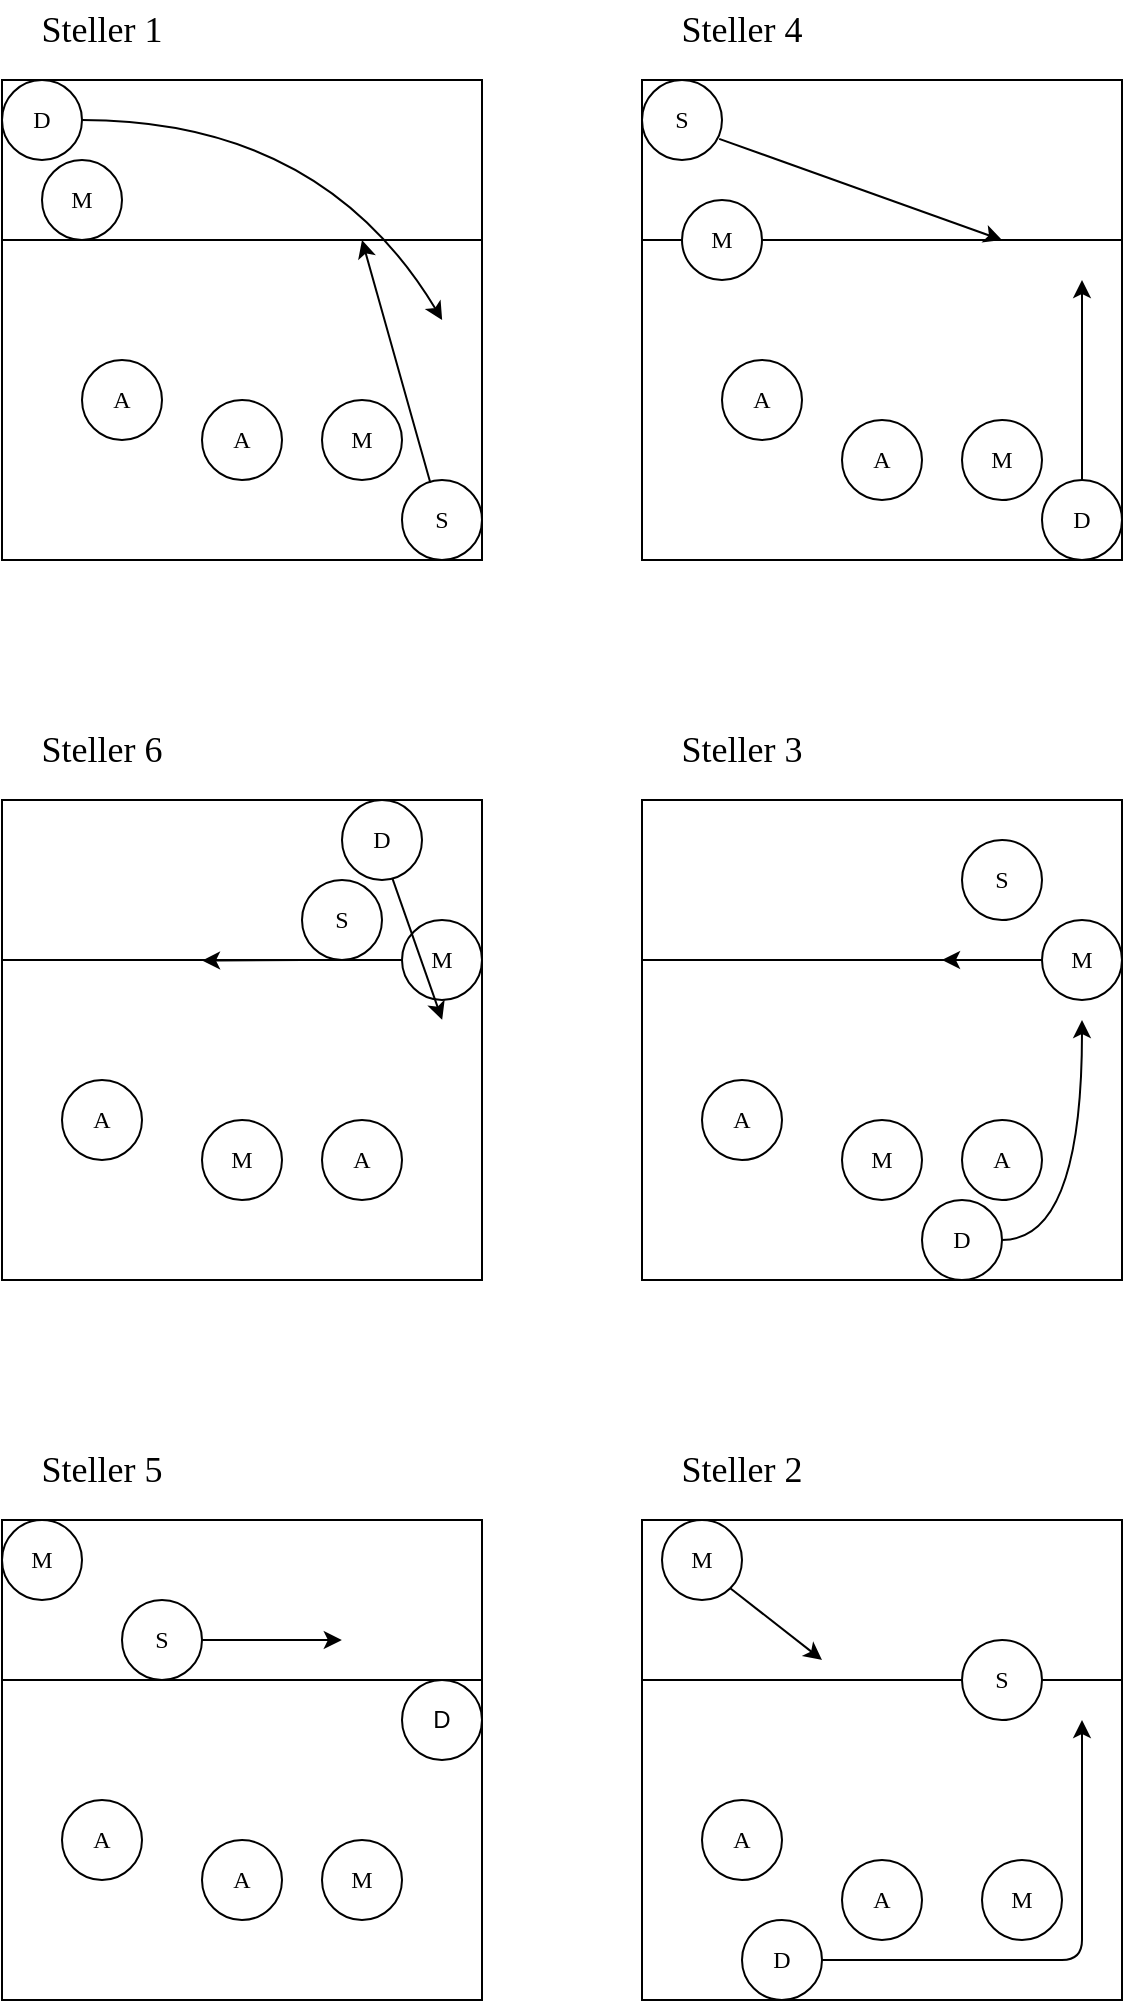
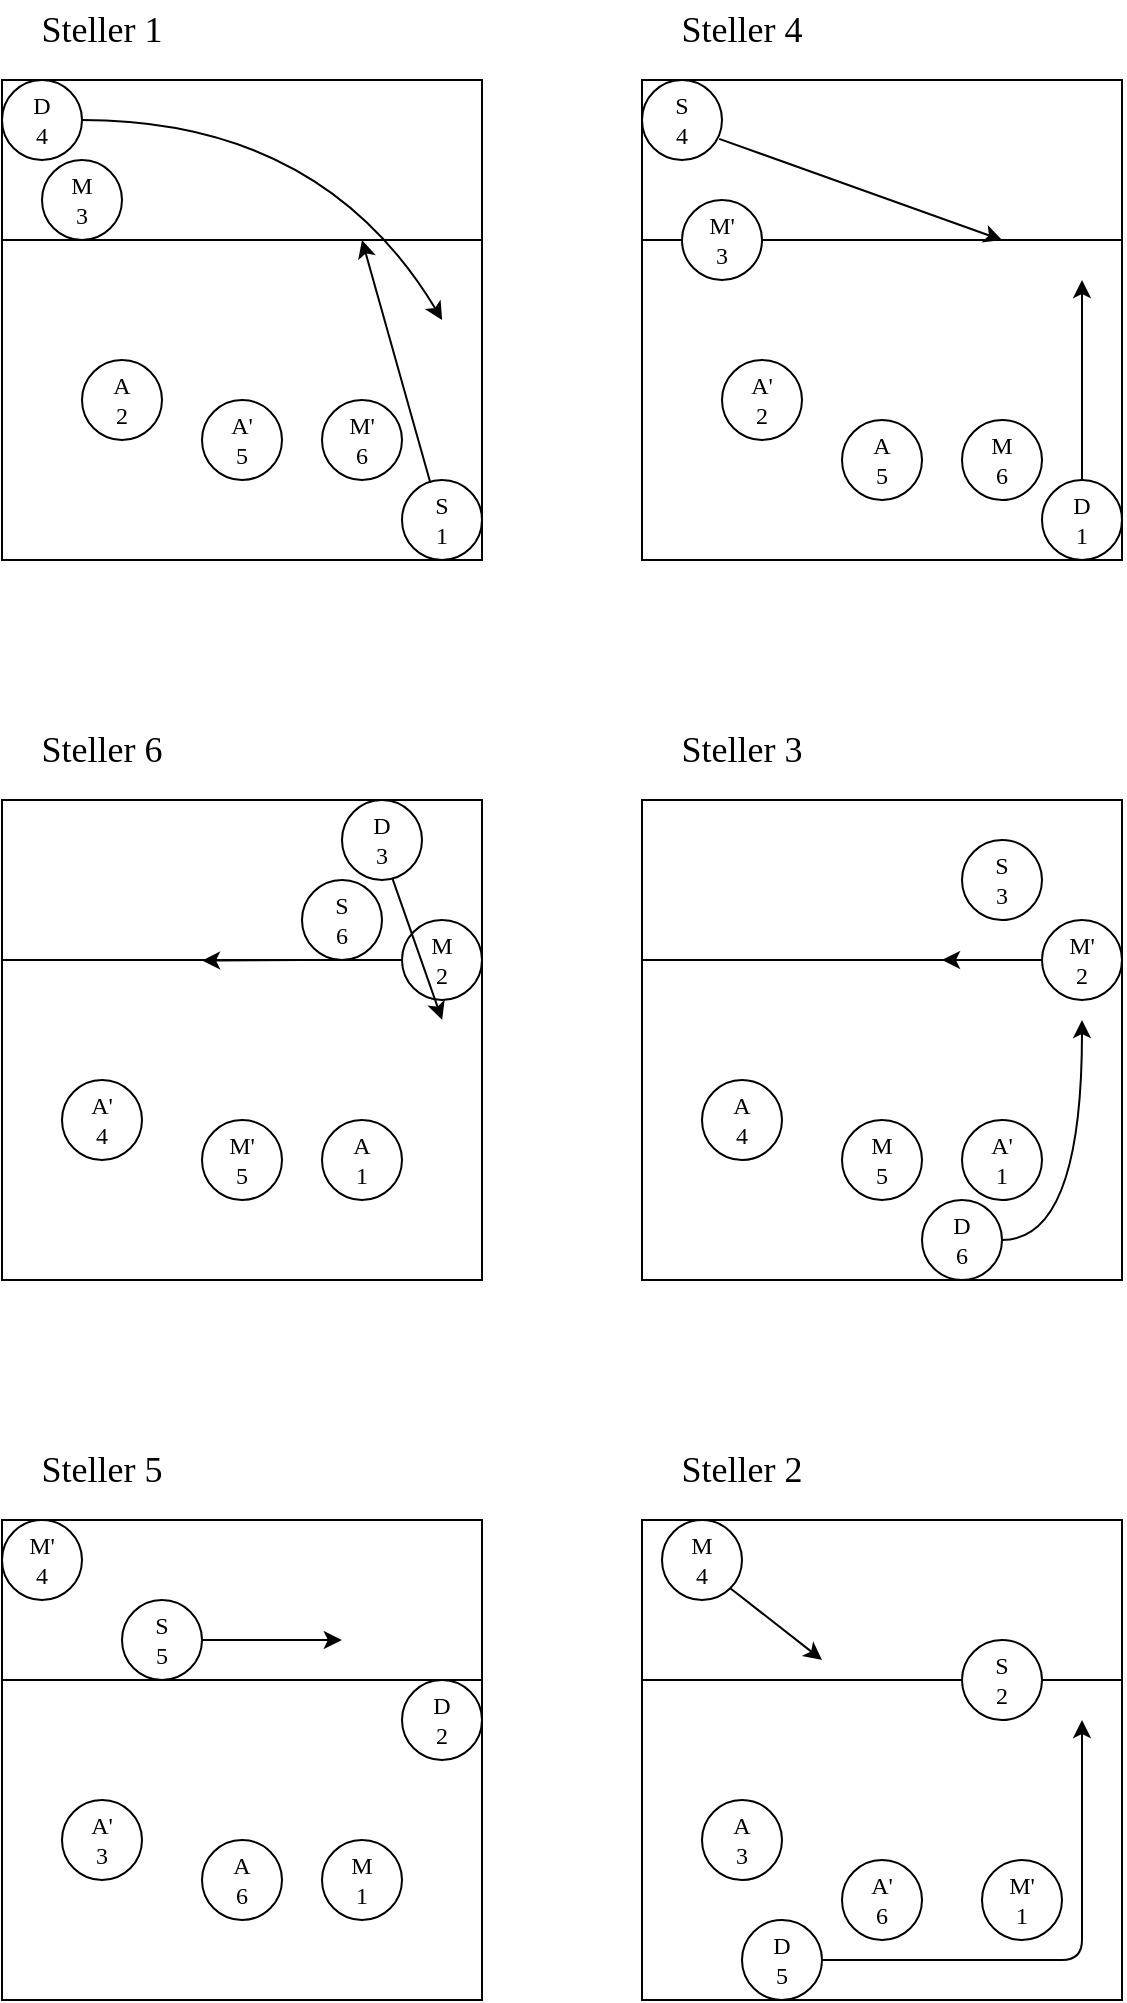
<mxfile host="app.diagrams.net">
  <diagram name="Page-1" id="OZOCQDVCYjE2PKczYgdL">
    <mxGraphModel dx="1414" dy="769" grid="1" gridSize="10" guides="1" tooltips="1" connect="1" arrows="1" fold="1" page="1" pageScale="1" pageWidth="827" pageHeight="1169" math="0" shadow="0">
      <root>
        <mxCell id="0" />
        <mxCell id="1" parent="0" />
        <mxCell id="zb2oqQAUZKD-O9AmmNM2-22" connectable="0" parent="1" style="group" value="" vertex="1">
          <mxGeometry height="280" width="240" x="120" y="80" as="geometry" />
        </mxCell>
        <mxCell id="zb2oqQAUZKD-O9AmmNM2-3" connectable="0" parent="zb2oqQAUZKD-O9AmmNM2-22" style="group" value="" vertex="1">
          <mxGeometry height="240" width="240" y="40" as="geometry" />
        </mxCell>
        <mxCell id="zb2oqQAUZKD-O9AmmNM2-1" parent="zb2oqQAUZKD-O9AmmNM2-3" style="rounded=0;whiteSpace=wrap;html=1;" value="" vertex="1">
          <mxGeometry height="240" width="240" as="geometry" />
        </mxCell>
        <mxCell id="zb2oqQAUZKD-O9AmmNM2-2" edge="1" parent="zb2oqQAUZKD-O9AmmNM2-3" style="endArrow=none;html=1;rounded=0;" value="">
          <mxGeometry height="50" relative="1" width="50" as="geometry">
            <mxPoint y="80" as="sourcePoint" />
            <mxPoint x="240" y="80" as="targetPoint" />
          </mxGeometry>
        </mxCell>
-         <mxCell id="zb2oqQAUZKD-O9AmmNM2-33" parent="zb2oqQAUZKD-O9AmmNM2-3" style="ellipse;whiteSpace=wrap;html=1;aspect=fixed;" value="&lt;font face=&quot;Fira Code&quot;&gt;S&lt;/font&gt;" vertex="1">
+         <mxCell id="zb2oqQAUZKD-O9AmmNM2-33" parent="zb2oqQAUZKD-O9AmmNM2-3" style="ellipse;whiteSpace=wrap;html=1;aspect=fixed;" value="&lt;font face=&quot;Fira Code&quot;&gt;S&lt;br&gt;1&lt;/font&gt;" vertex="1">
          <mxGeometry height="40" width="40" x="200" y="200" as="geometry" />
        </mxCell>
        <mxCell id="AQSm3BmQBUWCDuCb71Ed-35" edge="1" parent="zb2oqQAUZKD-O9AmmNM2-3" source="zb2oqQAUZKD-O9AmmNM2-34" style="rounded=0;orthogonalLoop=1;jettySize=auto;html=1;exitX=1;exitY=0.5;exitDx=0;exitDy=0;entryX=0.917;entryY=0.5;entryDx=0;entryDy=0;entryPerimeter=0;strokeColor=light-dark(#000000,#97D077);curved=1;" target="zb2oqQAUZKD-O9AmmNM2-1">
          <mxGeometry relative="1" as="geometry">
            <Array as="points">
              <mxPoint x="160" y="20" />
            </Array>
            <mxPoint x="220" y="80" as="targetPoint" />
          </mxGeometry>
        </mxCell>
-         <mxCell id="zb2oqQAUZKD-O9AmmNM2-34" parent="zb2oqQAUZKD-O9AmmNM2-3" style="ellipse;whiteSpace=wrap;html=1;aspect=fixed;" value="&lt;font face=&quot;Fira Code&quot;&gt;D&lt;/font&gt;" vertex="1">
+         <mxCell id="zb2oqQAUZKD-O9AmmNM2-34" parent="zb2oqQAUZKD-O9AmmNM2-3" style="ellipse;whiteSpace=wrap;html=1;aspect=fixed;" value="&lt;font style=&quot;font-size: 12px;&quot; face=&quot;Fira Code&quot;&gt;D&lt;/font&gt;&lt;font face=&quot;Fira Code&quot;&gt;&lt;br&gt;4&lt;/font&gt;" vertex="1">
          <mxGeometry height="40" width="40" as="geometry" />
        </mxCell>
-         <mxCell id="zb2oqQAUZKD-O9AmmNM2-38" parent="zb2oqQAUZKD-O9AmmNM2-3" style="ellipse;whiteSpace=wrap;html=1;aspect=fixed;" value="&lt;font face=&quot;Fira Code&quot;&gt;M&lt;/font&gt;" vertex="1">
+         <mxCell id="zb2oqQAUZKD-O9AmmNM2-38" parent="zb2oqQAUZKD-O9AmmNM2-3" style="ellipse;whiteSpace=wrap;html=1;aspect=fixed;" value="&lt;font face=&quot;Fira Code&quot;&gt;M&lt;br&gt;3&lt;/font&gt;" vertex="1">
          <mxGeometry height="40" width="40" x="20" y="40" as="geometry" />
        </mxCell>
-         <mxCell id="zb2oqQAUZKD-O9AmmNM2-35" parent="zb2oqQAUZKD-O9AmmNM2-3" style="ellipse;whiteSpace=wrap;html=1;aspect=fixed;" value="&lt;font face=&quot;Fira Code&quot;&gt;A&lt;/font&gt;" vertex="1">
+         <mxCell id="zb2oqQAUZKD-O9AmmNM2-35" parent="zb2oqQAUZKD-O9AmmNM2-3" style="ellipse;whiteSpace=wrap;html=1;aspect=fixed;" value="&lt;font face=&quot;Fira Code&quot;&gt;A&lt;br&gt;2&lt;/font&gt;" vertex="1">
          <mxGeometry height="40" width="40" x="40" y="140" as="geometry" />
        </mxCell>
-         <mxCell id="zb2oqQAUZKD-O9AmmNM2-40" parent="zb2oqQAUZKD-O9AmmNM2-3" style="ellipse;whiteSpace=wrap;html=1;aspect=fixed;" value="&lt;font face=&quot;Fira Code&quot;&gt;A&lt;/font&gt;" vertex="1">
-           <mxGeometry height="40" width="40" x="100" y="160" as="geometry" />
-         </mxCell>
-         <mxCell id="zb2oqQAUZKD-O9AmmNM2-41" parent="zb2oqQAUZKD-O9AmmNM2-3" style="ellipse;whiteSpace=wrap;html=1;aspect=fixed;" value="&lt;font face=&quot;Fira Code&quot;&gt;M&lt;/font&gt;" vertex="1">
+         <mxCell id="zb2oqQAUZKD-O9AmmNM2-40" parent="zb2oqQAUZKD-O9AmmNM2-3" style="ellipse;whiteSpace=wrap;html=1;aspect=fixed;" value="&lt;font face=&quot;Fira Code&quot;&gt;A&#39;&lt;br&gt;5&lt;/font&gt;" vertex="1">
+           <mxGeometry height="40" width="40" x="100" y="160" as="geometry" />
+         </mxCell>
+         <mxCell id="zb2oqQAUZKD-O9AmmNM2-41" parent="zb2oqQAUZKD-O9AmmNM2-3" style="ellipse;whiteSpace=wrap;html=1;aspect=fixed;" value="&lt;font face=&quot;Fira Code&quot;&gt;M&#39;&lt;br&gt;6&lt;/font&gt;" vertex="1">
          <mxGeometry height="40" width="40" x="160" y="160" as="geometry" />
        </mxCell>
        <mxCell id="zb2oqQAUZKD-O9AmmNM2-21" parent="zb2oqQAUZKD-O9AmmNM2-22" style="text;html=1;whiteSpace=wrap;strokeColor=none;fillColor=none;align=center;verticalAlign=middle;rounded=0;" value="&lt;font face=&quot;Fira Code&quot; style=&quot;font-size: 18px;&quot;&gt;Steller 1&lt;/font&gt;" vertex="1">
          <mxGeometry height="30" width="100" as="geometry" />
        </mxCell>
        <mxCell id="zb2oqQAUZKD-O9AmmNM2-24" connectable="0" parent="1" style="group" value="" vertex="1">
          <mxGeometry height="280" width="240" x="120" y="440" as="geometry" />
        </mxCell>
        <mxCell id="zb2oqQAUZKD-O9AmmNM2-4" connectable="0" parent="zb2oqQAUZKD-O9AmmNM2-24" style="group" value="" vertex="1">
          <mxGeometry height="240" width="240" y="40" as="geometry" />
        </mxCell>
        <mxCell id="zb2oqQAUZKD-O9AmmNM2-5" parent="zb2oqQAUZKD-O9AmmNM2-4" style="rounded=0;whiteSpace=wrap;html=1;" value="" vertex="1">
          <mxGeometry height="240" width="240" as="geometry" />
        </mxCell>
        <mxCell id="zb2oqQAUZKD-O9AmmNM2-6" edge="1" parent="zb2oqQAUZKD-O9AmmNM2-4" style="endArrow=none;html=1;rounded=0;" value="">
          <mxGeometry height="50" relative="1" width="50" as="geometry">
            <mxPoint y="80" as="sourcePoint" />
            <mxPoint x="240" y="80" as="targetPoint" />
          </mxGeometry>
        </mxCell>
-         <mxCell id="zb2oqQAUZKD-O9AmmNM2-42" parent="zb2oqQAUZKD-O9AmmNM2-4" style="ellipse;whiteSpace=wrap;html=1;aspect=fixed;" value="&lt;font face=&quot;Fira Code&quot;&gt;S&lt;/font&gt;" vertex="1">
+         <mxCell id="zb2oqQAUZKD-O9AmmNM2-42" parent="zb2oqQAUZKD-O9AmmNM2-4" style="ellipse;whiteSpace=wrap;html=1;aspect=fixed;" value="&lt;font face=&quot;Fira Code&quot;&gt;S&lt;br&gt;6&lt;/font&gt;" vertex="1">
          <mxGeometry height="40" width="40" x="150" y="40" as="geometry" />
        </mxCell>
-         <mxCell id="zb2oqQAUZKD-O9AmmNM2-43" parent="zb2oqQAUZKD-O9AmmNM2-4" style="ellipse;whiteSpace=wrap;html=1;aspect=fixed;" value="&lt;font face=&quot;Fira Code&quot;&gt;A&lt;/font&gt;" vertex="1">
-           <mxGeometry height="40" width="40" x="160" y="160" as="geometry" />
-         </mxCell>
-         <mxCell id="zb2oqQAUZKD-O9AmmNM2-44" parent="zb2oqQAUZKD-O9AmmNM2-4" style="ellipse;whiteSpace=wrap;html=1;aspect=fixed;" value="&lt;font face=&quot;Fira Code&quot;&gt;M&lt;/font&gt;" vertex="1">
-           <mxGeometry height="40" width="40" x="100" y="160" as="geometry" />
-         </mxCell>
-         <mxCell id="zb2oqQAUZKD-O9AmmNM2-45" parent="zb2oqQAUZKD-O9AmmNM2-4" style="ellipse;whiteSpace=wrap;html=1;aspect=fixed;" value="&lt;font face=&quot;Fira Code&quot;&gt;A&lt;/font&gt;" vertex="1">
+         <mxCell id="zb2oqQAUZKD-O9AmmNM2-43" parent="zb2oqQAUZKD-O9AmmNM2-4" style="ellipse;whiteSpace=wrap;html=1;aspect=fixed;" value="&lt;font face=&quot;Fira Code&quot;&gt;A&lt;br&gt;1&lt;/font&gt;" vertex="1">
+           <mxGeometry height="40" width="40" x="160" y="160" as="geometry" />
+         </mxCell>
+         <mxCell id="zb2oqQAUZKD-O9AmmNM2-44" parent="zb2oqQAUZKD-O9AmmNM2-4" style="ellipse;whiteSpace=wrap;html=1;aspect=fixed;" value="&lt;font face=&quot;Fira Code&quot;&gt;M&#39;&lt;br&gt;5&lt;/font&gt;" vertex="1">
+           <mxGeometry height="40" width="40" x="100" y="160" as="geometry" />
+         </mxCell>
+         <mxCell id="zb2oqQAUZKD-O9AmmNM2-45" parent="zb2oqQAUZKD-O9AmmNM2-4" style="ellipse;whiteSpace=wrap;html=1;aspect=fixed;" value="&lt;font face=&quot;Fira Code&quot;&gt;A&#39;&lt;br&gt;4&lt;/font&gt;" vertex="1">
          <mxGeometry height="40" width="40" x="30" y="140" as="geometry" />
        </mxCell>
        <mxCell id="AQSm3BmQBUWCDuCb71Ed-36" edge="1" parent="zb2oqQAUZKD-O9AmmNM2-4" source="zb2oqQAUZKD-O9AmmNM2-46" style="edgeStyle=orthogonalEdgeStyle;rounded=0;orthogonalLoop=1;jettySize=auto;html=1;exitX=0;exitY=0.5;exitDx=0;exitDy=0;fillColor=#60a917;strokeColor=light-dark(#000000,#97D077);">
          <mxGeometry relative="1" as="geometry">
            <mxPoint x="100" y="80.30769230769238" as="targetPoint" />
          </mxGeometry>
        </mxCell>
-         <mxCell id="zb2oqQAUZKD-O9AmmNM2-46" parent="zb2oqQAUZKD-O9AmmNM2-4" style="ellipse;whiteSpace=wrap;html=1;aspect=fixed;" value="&lt;font face=&quot;Fira Code&quot;&gt;M&lt;/font&gt;" vertex="1">
+         <mxCell id="zb2oqQAUZKD-O9AmmNM2-46" parent="zb2oqQAUZKD-O9AmmNM2-4" style="ellipse;whiteSpace=wrap;html=1;aspect=fixed;" value="&lt;font face=&quot;Fira Code&quot;&gt;M&lt;br&gt;2&lt;/font&gt;" vertex="1">
          <mxGeometry height="40" width="40" x="200" y="60" as="geometry" />
        </mxCell>
-         <mxCell id="zb2oqQAUZKD-O9AmmNM2-47" parent="zb2oqQAUZKD-O9AmmNM2-4" style="ellipse;whiteSpace=wrap;html=1;aspect=fixed;" value="&lt;font face=&quot;Fira Code&quot;&gt;D&lt;/font&gt;" vertex="1">
+         <mxCell id="zb2oqQAUZKD-O9AmmNM2-47" parent="zb2oqQAUZKD-O9AmmNM2-4" style="ellipse;whiteSpace=wrap;html=1;aspect=fixed;" value="&lt;font face=&quot;Fira Code&quot;&gt;D&lt;br&gt;3&lt;/font&gt;" vertex="1">
          <mxGeometry height="40" width="40" x="170" as="geometry" />
        </mxCell>
        <mxCell id="AQSm3BmQBUWCDuCb71Ed-39" edge="1" parent="zb2oqQAUZKD-O9AmmNM2-4" source="zb2oqQAUZKD-O9AmmNM2-47" style="endArrow=classic;html=1;rounded=0;entryX=0.917;entryY=0.458;entryDx=0;entryDy=0;entryPerimeter=0;exitX=0.631;exitY=0.983;exitDx=0;exitDy=0;exitPerimeter=0;strokeColor=light-dark(#000000,#97D077);" target="zb2oqQAUZKD-O9AmmNM2-5" value="">
          <mxGeometry height="50" relative="1" width="50" as="geometry">
            <mxPoint x="190" y="90" as="sourcePoint" />
            <mxPoint x="240" y="40" as="targetPoint" />
          </mxGeometry>
        </mxCell>
        <mxCell id="zb2oqQAUZKD-O9AmmNM2-23" parent="zb2oqQAUZKD-O9AmmNM2-24" style="text;html=1;whiteSpace=wrap;strokeColor=none;fillColor=none;align=center;verticalAlign=middle;rounded=0;" value="&lt;font face=&quot;Fira Code&quot; style=&quot;font-size: 18px;&quot;&gt;Steller 6&lt;/font&gt;" vertex="1">
          <mxGeometry height="30" width="100" as="geometry" />
        </mxCell>
        <mxCell id="zb2oqQAUZKD-O9AmmNM2-26" connectable="0" parent="1" style="group" value="" vertex="1">
          <mxGeometry height="280" width="240" x="120" y="800" as="geometry" />
        </mxCell>
        <mxCell id="zb2oqQAUZKD-O9AmmNM2-7" connectable="0" parent="zb2oqQAUZKD-O9AmmNM2-26" style="group" value="" vertex="1">
          <mxGeometry height="240" width="240" y="40" as="geometry" />
        </mxCell>
        <mxCell id="zb2oqQAUZKD-O9AmmNM2-8" parent="zb2oqQAUZKD-O9AmmNM2-7" style="rounded=0;whiteSpace=wrap;html=1;" value="" vertex="1">
          <mxGeometry height="240" width="240" as="geometry" />
        </mxCell>
        <mxCell id="zb2oqQAUZKD-O9AmmNM2-9" edge="1" parent="zb2oqQAUZKD-O9AmmNM2-7" style="endArrow=none;html=1;rounded=0;" value="">
          <mxGeometry height="50" relative="1" width="50" as="geometry">
            <mxPoint y="80" as="sourcePoint" />
            <mxPoint x="240" y="80" as="targetPoint" />
          </mxGeometry>
        </mxCell>
-         <mxCell id="AQSm3BmQBUWCDuCb71Ed-1" parent="zb2oqQAUZKD-O9AmmNM2-7" style="ellipse;whiteSpace=wrap;html=1;aspect=fixed;direction=south;" value="&lt;font face=&quot;Fira Code&quot;&gt;S&lt;/font&gt;" vertex="1">
+         <mxCell id="AQSm3BmQBUWCDuCb71Ed-1" parent="zb2oqQAUZKD-O9AmmNM2-7" style="ellipse;whiteSpace=wrap;html=1;aspect=fixed;direction=south;" value="&lt;font face=&quot;Fira Code&quot;&gt;S&lt;br&gt;5&lt;/font&gt;" vertex="1">
          <mxGeometry height="40" width="40" x="60" y="40" as="geometry" />
        </mxCell>
-         <mxCell id="AQSm3BmQBUWCDuCb71Ed-2" parent="zb2oqQAUZKD-O9AmmNM2-7" style="ellipse;whiteSpace=wrap;html=1;aspect=fixed;" value="&lt;font face=&quot;Fira Code&quot;&gt;M&lt;/font&gt;" vertex="1">
+         <mxCell id="AQSm3BmQBUWCDuCb71Ed-2" parent="zb2oqQAUZKD-O9AmmNM2-7" style="ellipse;whiteSpace=wrap;html=1;aspect=fixed;" value="&lt;font face=&quot;Fira Code&quot;&gt;M&#39;&lt;br&gt;4&lt;/font&gt;" vertex="1">
          <mxGeometry height="40" width="40" as="geometry" />
        </mxCell>
-         <mxCell id="AQSm3BmQBUWCDuCb71Ed-3" parent="zb2oqQAUZKD-O9AmmNM2-7" style="ellipse;whiteSpace=wrap;html=1;aspect=fixed;" value="&lt;font face=&quot;Fira Code&quot;&gt;M&lt;/font&gt;" vertex="1">
-           <mxGeometry height="40" width="40" x="160" y="160" as="geometry" />
-         </mxCell>
-         <mxCell id="AQSm3BmQBUWCDuCb71Ed-4" parent="zb2oqQAUZKD-O9AmmNM2-7" style="ellipse;whiteSpace=wrap;html=1;aspect=fixed;" value="&lt;font face=&quot;Fira Code&quot;&gt;A&lt;/font&gt;" vertex="1">
-           <mxGeometry height="40" width="40" x="100" y="160" as="geometry" />
-         </mxCell>
-         <mxCell id="AQSm3BmQBUWCDuCb71Ed-5" parent="zb2oqQAUZKD-O9AmmNM2-7" style="ellipse;whiteSpace=wrap;html=1;aspect=fixed;" value="&lt;font face=&quot;Fira Code&quot;&gt;A&lt;/font&gt;" vertex="1">
-           <mxGeometry height="40" width="40" x="30" y="140" as="geometry" />
-         </mxCell>
-         <mxCell id="AQSm3BmQBUWCDuCb71Ed-6" parent="zb2oqQAUZKD-O9AmmNM2-7" style="ellipse;whiteSpace=wrap;html=1;aspect=fixed;" value="D" vertex="1">
+         <mxCell id="AQSm3BmQBUWCDuCb71Ed-3" parent="zb2oqQAUZKD-O9AmmNM2-7" style="ellipse;whiteSpace=wrap;html=1;aspect=fixed;" value="&lt;font face=&quot;Fira Code&quot;&gt;M&lt;br&gt;1&lt;/font&gt;" vertex="1">
+           <mxGeometry height="40" width="40" x="160" y="160" as="geometry" />
+         </mxCell>
+         <mxCell id="AQSm3BmQBUWCDuCb71Ed-4" parent="zb2oqQAUZKD-O9AmmNM2-7" style="ellipse;whiteSpace=wrap;html=1;aspect=fixed;" value="&lt;font face=&quot;Fira Code&quot;&gt;A&lt;br&gt;6&lt;/font&gt;" vertex="1">
+           <mxGeometry height="40" width="40" x="100" y="160" as="geometry" />
+         </mxCell>
+         <mxCell id="AQSm3BmQBUWCDuCb71Ed-5" parent="zb2oqQAUZKD-O9AmmNM2-7" style="ellipse;whiteSpace=wrap;html=1;aspect=fixed;" value="&lt;font face=&quot;Fira Code&quot;&gt;A&#39;&lt;br&gt;3&lt;/font&gt;" vertex="1">
+           <mxGeometry height="40" width="40" x="30" y="140" as="geometry" />
+         </mxCell>
+         <mxCell id="AQSm3BmQBUWCDuCb71Ed-6" parent="zb2oqQAUZKD-O9AmmNM2-7" style="ellipse;whiteSpace=wrap;html=1;aspect=fixed;" value="&lt;font face=&quot;Fira Code&quot;&gt;D&lt;br&gt;2&lt;/font&gt;" vertex="1">
          <mxGeometry height="40" width="40" x="200" y="80" as="geometry" />
        </mxCell>
        <mxCell id="AQSm3BmQBUWCDuCb71Ed-41" edge="1" parent="zb2oqQAUZKD-O9AmmNM2-7" source="AQSm3BmQBUWCDuCb71Ed-1" style="endArrow=classic;html=1;rounded=0;exitX=0.5;exitY=0;exitDx=0;exitDy=0;entryX=0.708;entryY=0.25;entryDx=0;entryDy=0;entryPerimeter=0;strokeColor=light-dark(#000000,#97D077);" target="zb2oqQAUZKD-O9AmmNM2-8" value="">
          <mxGeometry height="50" relative="1" width="50" as="geometry">
            <mxPoint y="60" as="sourcePoint" />
            <mxPoint x="170" y="80" as="targetPoint" />
          </mxGeometry>
        </mxCell>
        <mxCell id="zb2oqQAUZKD-O9AmmNM2-25" parent="zb2oqQAUZKD-O9AmmNM2-26" style="text;html=1;whiteSpace=wrap;strokeColor=none;fillColor=none;align=center;verticalAlign=middle;rounded=0;" value="&lt;font face=&quot;Fira Code&quot; style=&quot;font-size: 18px;&quot;&gt;Steller 5&lt;/font&gt;" vertex="1">
          <mxGeometry height="30" width="100" as="geometry" />
        </mxCell>
        <mxCell id="zb2oqQAUZKD-O9AmmNM2-28" connectable="0" parent="1" style="group" value="" vertex="1">
          <mxGeometry height="280" width="240" x="440" y="80" as="geometry" />
        </mxCell>
        <mxCell id="zb2oqQAUZKD-O9AmmNM2-10" connectable="0" parent="zb2oqQAUZKD-O9AmmNM2-28" style="group" value="" vertex="1">
          <mxGeometry height="240" width="240" y="40" as="geometry" />
        </mxCell>
        <mxCell id="zb2oqQAUZKD-O9AmmNM2-11" parent="zb2oqQAUZKD-O9AmmNM2-10" style="rounded=0;whiteSpace=wrap;html=1;" value="" vertex="1">
          <mxGeometry height="240" width="240" as="geometry" />
        </mxCell>
        <mxCell id="zb2oqQAUZKD-O9AmmNM2-12" edge="1" parent="zb2oqQAUZKD-O9AmmNM2-10" style="endArrow=none;html=1;rounded=0;" value="">
          <mxGeometry height="50" relative="1" width="50" as="geometry">
            <mxPoint y="80" as="sourcePoint" />
            <mxPoint x="240" y="80" as="targetPoint" />
          </mxGeometry>
        </mxCell>
-         <mxCell id="AQSm3BmQBUWCDuCb71Ed-7" parent="zb2oqQAUZKD-O9AmmNM2-10" style="ellipse;whiteSpace=wrap;html=1;aspect=fixed;" value="&lt;font face=&quot;Fira Code&quot;&gt;S&lt;/font&gt;" vertex="1">
+         <mxCell id="AQSm3BmQBUWCDuCb71Ed-7" parent="zb2oqQAUZKD-O9AmmNM2-10" style="ellipse;whiteSpace=wrap;html=1;aspect=fixed;" value="&lt;font face=&quot;Fira Code&quot;&gt;S&lt;br&gt;4&lt;/font&gt;" vertex="1">
          <mxGeometry height="40" width="40" as="geometry" />
        </mxCell>
-         <mxCell id="AQSm3BmQBUWCDuCb71Ed-9" parent="zb2oqQAUZKD-O9AmmNM2-10" style="ellipse;whiteSpace=wrap;html=1;aspect=fixed;" value="&lt;font face=&quot;Fira Code&quot;&gt;D&lt;/font&gt;" vertex="1">
+         <mxCell id="AQSm3BmQBUWCDuCb71Ed-9" parent="zb2oqQAUZKD-O9AmmNM2-10" style="ellipse;whiteSpace=wrap;html=1;aspect=fixed;" value="&lt;font face=&quot;Fira Code&quot;&gt;D&lt;br&gt;1&lt;/font&gt;" vertex="1">
          <mxGeometry height="40" width="40" x="200" y="200" as="geometry" />
        </mxCell>
-         <mxCell id="AQSm3BmQBUWCDuCb71Ed-11" parent="zb2oqQAUZKD-O9AmmNM2-10" style="ellipse;whiteSpace=wrap;html=1;aspect=fixed;" value="&lt;font face=&quot;Fira Code&quot;&gt;M&lt;/font&gt;" vertex="1">
+         <mxCell id="AQSm3BmQBUWCDuCb71Ed-11" parent="zb2oqQAUZKD-O9AmmNM2-10" style="ellipse;whiteSpace=wrap;html=1;aspect=fixed;" value="&lt;font face=&quot;Fira Code&quot;&gt;M&#39;&lt;br&gt;3&lt;/font&gt;" vertex="1">
          <mxGeometry height="40" width="40" x="20" y="60" as="geometry" />
        </mxCell>
-         <mxCell id="AQSm3BmQBUWCDuCb71Ed-12" parent="zb2oqQAUZKD-O9AmmNM2-10" style="ellipse;whiteSpace=wrap;html=1;aspect=fixed;" value="&lt;font face=&quot;Fira Code&quot;&gt;M&lt;/font&gt;" vertex="1">
+         <mxCell id="AQSm3BmQBUWCDuCb71Ed-12" parent="zb2oqQAUZKD-O9AmmNM2-10" style="ellipse;whiteSpace=wrap;html=1;aspect=fixed;" value="&lt;font face=&quot;Fira Code&quot;&gt;M&lt;br&gt;6&lt;/font&gt;" vertex="1">
          <mxGeometry height="40" width="40" x="160" y="170" as="geometry" />
        </mxCell>
-         <mxCell id="AQSm3BmQBUWCDuCb71Ed-10" parent="zb2oqQAUZKD-O9AmmNM2-10" style="ellipse;whiteSpace=wrap;html=1;aspect=fixed;" value="&lt;font face=&quot;Fira Code&quot;&gt;A&lt;/font&gt;" vertex="1">
+         <mxCell id="AQSm3BmQBUWCDuCb71Ed-10" parent="zb2oqQAUZKD-O9AmmNM2-10" style="ellipse;whiteSpace=wrap;html=1;aspect=fixed;" value="&lt;font face=&quot;Fira Code&quot;&gt;A&#39;&lt;br&gt;2&lt;/font&gt;" vertex="1">
          <mxGeometry height="40" width="40" x="40" y="140" as="geometry" />
        </mxCell>
-         <mxCell id="AQSm3BmQBUWCDuCb71Ed-13" parent="zb2oqQAUZKD-O9AmmNM2-10" style="ellipse;whiteSpace=wrap;html=1;aspect=fixed;" value="&lt;font face=&quot;Fira Code&quot;&gt;A&lt;/font&gt;" vertex="1">
+         <mxCell id="AQSm3BmQBUWCDuCb71Ed-13" parent="zb2oqQAUZKD-O9AmmNM2-10" style="ellipse;whiteSpace=wrap;html=1;aspect=fixed;" value="&lt;font face=&quot;Fira Code&quot;&gt;A&lt;br&gt;5&lt;/font&gt;" vertex="1">
          <mxGeometry height="40" width="40" x="100" y="170" as="geometry" />
        </mxCell>
        <mxCell id="AQSm3BmQBUWCDuCb71Ed-42" edge="1" parent="zb2oqQAUZKD-O9AmmNM2-10" source="AQSm3BmQBUWCDuCb71Ed-9" style="endArrow=classic;html=1;rounded=0;exitX=0.5;exitY=0;exitDx=0;exitDy=0;strokeColor=light-dark(#000000,#97D077);" value="">
          <mxGeometry height="50" relative="1" width="50" as="geometry">
            <mxPoint x="-40" y="80" as="sourcePoint" />
            <mxPoint x="220" y="100" as="targetPoint" />
          </mxGeometry>
        </mxCell>
        <mxCell id="zb2oqQAUZKD-O9AmmNM2-27" parent="zb2oqQAUZKD-O9AmmNM2-28" style="text;html=1;whiteSpace=wrap;strokeColor=none;fillColor=none;align=center;verticalAlign=middle;rounded=0;" value="&lt;font face=&quot;Fira Code&quot; style=&quot;font-size: 18px;&quot;&gt;Steller 4&lt;/font&gt;" vertex="1">
          <mxGeometry height="30" width="100" as="geometry" />
        </mxCell>
        <mxCell id="zb2oqQAUZKD-O9AmmNM2-30" connectable="0" parent="1" style="group" value="" vertex="1">
          <mxGeometry height="280" width="240" x="440" y="440" as="geometry" />
        </mxCell>
        <mxCell id="zb2oqQAUZKD-O9AmmNM2-13" connectable="0" parent="zb2oqQAUZKD-O9AmmNM2-30" style="group" value="" vertex="1">
          <mxGeometry height="240" width="240" y="40" as="geometry" />
        </mxCell>
        <mxCell id="zb2oqQAUZKD-O9AmmNM2-14" parent="zb2oqQAUZKD-O9AmmNM2-13" style="rounded=0;whiteSpace=wrap;html=1;" value="" vertex="1">
          <mxGeometry height="240" width="240" as="geometry" />
        </mxCell>
        <mxCell id="zb2oqQAUZKD-O9AmmNM2-15" edge="1" parent="zb2oqQAUZKD-O9AmmNM2-13" style="endArrow=none;html=1;rounded=0;" value="">
          <mxGeometry height="50" relative="1" width="50" as="geometry">
            <mxPoint y="80" as="sourcePoint" />
            <mxPoint x="240" y="80" as="targetPoint" />
          </mxGeometry>
        </mxCell>
-         <mxCell id="AQSm3BmQBUWCDuCb71Ed-14" parent="zb2oqQAUZKD-O9AmmNM2-13" style="ellipse;whiteSpace=wrap;html=1;aspect=fixed;" value="&lt;font face=&quot;Fira Code&quot;&gt;S&lt;/font&gt;" vertex="1">
+         <mxCell id="AQSm3BmQBUWCDuCb71Ed-14" parent="zb2oqQAUZKD-O9AmmNM2-13" style="ellipse;whiteSpace=wrap;html=1;aspect=fixed;" value="&lt;font face=&quot;Fira Code&quot;&gt;S&lt;br&gt;3&lt;/font&gt;" vertex="1">
          <mxGeometry height="40" width="40" x="160" y="20" as="geometry" />
        </mxCell>
-         <mxCell id="AQSm3BmQBUWCDuCb71Ed-15" parent="zb2oqQAUZKD-O9AmmNM2-13" style="ellipse;whiteSpace=wrap;html=1;aspect=fixed;" value="&lt;font face=&quot;Fira Code&quot;&gt;D&lt;/font&gt;" vertex="1">
+         <mxCell id="AQSm3BmQBUWCDuCb71Ed-15" parent="zb2oqQAUZKD-O9AmmNM2-13" style="ellipse;whiteSpace=wrap;html=1;aspect=fixed;" value="&lt;font face=&quot;Fira Code&quot;&gt;D&lt;br&gt;6&lt;/font&gt;" vertex="1">
          <mxGeometry height="40" width="40" x="140" y="200" as="geometry" />
        </mxCell>
-         <mxCell id="AQSm3BmQBUWCDuCb71Ed-16" parent="zb2oqQAUZKD-O9AmmNM2-13" style="ellipse;whiteSpace=wrap;html=1;aspect=fixed;" value="&lt;font face=&quot;Fira Code&quot;&gt;A&lt;/font&gt;" vertex="1">
-           <mxGeometry height="40" width="40" x="160" y="160" as="geometry" />
-         </mxCell>
-         <mxCell id="AQSm3BmQBUWCDuCb71Ed-17" parent="zb2oqQAUZKD-O9AmmNM2-13" style="ellipse;whiteSpace=wrap;html=1;aspect=fixed;" value="&lt;font face=&quot;Fira Code&quot;&gt;M&lt;/font&gt;" vertex="1">
+         <mxCell id="AQSm3BmQBUWCDuCb71Ed-16" parent="zb2oqQAUZKD-O9AmmNM2-13" style="ellipse;whiteSpace=wrap;html=1;aspect=fixed;" value="&lt;font face=&quot;Fira Code&quot;&gt;A&#39;&lt;br&gt;1&lt;/font&gt;" vertex="1">
+           <mxGeometry height="40" width="40" x="160" y="160" as="geometry" />
+         </mxCell>
+         <mxCell id="AQSm3BmQBUWCDuCb71Ed-17" parent="zb2oqQAUZKD-O9AmmNM2-13" style="ellipse;whiteSpace=wrap;html=1;aspect=fixed;" value="&lt;font face=&quot;Fira Code&quot;&gt;M&lt;br&gt;5&lt;/font&gt;" vertex="1">
          <mxGeometry height="40" width="40" x="100" y="160" as="geometry" />
        </mxCell>
        <mxCell id="AQSm3BmQBUWCDuCb71Ed-46" edge="1" parent="zb2oqQAUZKD-O9AmmNM2-13" source="AQSm3BmQBUWCDuCb71Ed-18" style="edgeStyle=orthogonalEdgeStyle;rounded=0;orthogonalLoop=1;jettySize=auto;html=1;strokeColor=light-dark(#000000,#97D077);">
          <mxGeometry relative="1" as="geometry">
            <mxPoint x="150" y="80" as="targetPoint" />
          </mxGeometry>
        </mxCell>
-         <mxCell id="AQSm3BmQBUWCDuCb71Ed-18" parent="zb2oqQAUZKD-O9AmmNM2-13" style="ellipse;whiteSpace=wrap;html=1;aspect=fixed;" value="&lt;font face=&quot;Fira Code&quot;&gt;M&lt;/font&gt;" vertex="1">
+         <mxCell id="AQSm3BmQBUWCDuCb71Ed-18" parent="zb2oqQAUZKD-O9AmmNM2-13" style="ellipse;whiteSpace=wrap;html=1;aspect=fixed;" value="&lt;font face=&quot;Fira Code&quot;&gt;M&#39;&lt;br&gt;2&lt;/font&gt;" vertex="1">
          <mxGeometry height="40" width="40" x="200" y="60" as="geometry" />
        </mxCell>
-         <mxCell id="AQSm3BmQBUWCDuCb71Ed-20" parent="zb2oqQAUZKD-O9AmmNM2-13" style="ellipse;whiteSpace=wrap;html=1;aspect=fixed;" value="&lt;font face=&quot;Fira Code&quot;&gt;A&lt;/font&gt;" vertex="1">
+         <mxCell id="AQSm3BmQBUWCDuCb71Ed-20" parent="zb2oqQAUZKD-O9AmmNM2-13" style="ellipse;whiteSpace=wrap;html=1;aspect=fixed;" value="&lt;font face=&quot;Fira Code&quot;&gt;A&lt;br&gt;4&lt;/font&gt;" vertex="1">
          <mxGeometry height="40" width="40" x="30" y="140" as="geometry" />
        </mxCell>
        <mxCell id="AQSm3BmQBUWCDuCb71Ed-44" edge="1" parent="zb2oqQAUZKD-O9AmmNM2-13" style="endArrow=classic;html=1;rounded=0;edgeStyle=orthogonalEdgeStyle;curved=1;strokeColor=light-dark(#000000,#97D077);" value="">
          <mxGeometry height="50" relative="1" width="50" as="geometry">
            <Array as="points">
              <mxPoint x="220" y="220" />
            </Array>
            <mxPoint x="180" y="220" as="sourcePoint" />
            <mxPoint x="220" y="110" as="targetPoint" />
          </mxGeometry>
        </mxCell>
        <mxCell id="zb2oqQAUZKD-O9AmmNM2-29" parent="zb2oqQAUZKD-O9AmmNM2-30" style="text;html=1;whiteSpace=wrap;strokeColor=none;fillColor=none;align=center;verticalAlign=middle;rounded=0;" value="&lt;font face=&quot;Fira Code&quot; style=&quot;font-size: 18px;&quot;&gt;Steller 3&lt;/font&gt;" vertex="1">
          <mxGeometry height="30" width="100" as="geometry" />
        </mxCell>
        <mxCell id="zb2oqQAUZKD-O9AmmNM2-32" connectable="0" parent="1" style="group" value="" vertex="1">
          <mxGeometry height="280" width="240" x="440" y="800" as="geometry" />
        </mxCell>
        <mxCell id="zb2oqQAUZKD-O9AmmNM2-16" connectable="0" parent="zb2oqQAUZKD-O9AmmNM2-32" style="group" value="" vertex="1">
          <mxGeometry height="240" width="240" y="40" as="geometry" />
        </mxCell>
        <mxCell id="zb2oqQAUZKD-O9AmmNM2-17" parent="zb2oqQAUZKD-O9AmmNM2-16" style="rounded=0;whiteSpace=wrap;html=1;" value="" vertex="1">
          <mxGeometry height="240" width="240" as="geometry" />
        </mxCell>
        <mxCell id="zb2oqQAUZKD-O9AmmNM2-18" edge="1" parent="zb2oqQAUZKD-O9AmmNM2-16" style="endArrow=none;html=1;rounded=0;" value="">
          <mxGeometry height="50" relative="1" width="50" as="geometry">
            <mxPoint y="80" as="sourcePoint" />
            <mxPoint x="240" y="80" as="targetPoint" />
          </mxGeometry>
        </mxCell>
-         <mxCell id="AQSm3BmQBUWCDuCb71Ed-26" parent="zb2oqQAUZKD-O9AmmNM2-16" style="ellipse;whiteSpace=wrap;html=1;aspect=fixed;" value="&lt;font face=&quot;Fira Code&quot;&gt;S&lt;/font&gt;" vertex="1">
+         <mxCell id="AQSm3BmQBUWCDuCb71Ed-26" parent="zb2oqQAUZKD-O9AmmNM2-16" style="ellipse;whiteSpace=wrap;html=1;aspect=fixed;" value="&lt;font face=&quot;Fira Code&quot;&gt;S&lt;br&gt;2&lt;/font&gt;" vertex="1">
          <mxGeometry height="40" width="40" x="160" y="60" as="geometry" />
        </mxCell>
-         <mxCell id="AQSm3BmQBUWCDuCb71Ed-28" parent="zb2oqQAUZKD-O9AmmNM2-16" style="ellipse;whiteSpace=wrap;html=1;aspect=fixed;" value="&lt;font face=&quot;Fira Code&quot;&gt;M&lt;/font&gt;" vertex="1">
+         <mxCell id="AQSm3BmQBUWCDuCb71Ed-28" parent="zb2oqQAUZKD-O9AmmNM2-16" style="ellipse;whiteSpace=wrap;html=1;aspect=fixed;" value="&lt;font face=&quot;Fira Code&quot;&gt;M&#39;&lt;br&gt;1&lt;/font&gt;" vertex="1">
          <mxGeometry height="40" width="40" x="170" y="170" as="geometry" />
        </mxCell>
        <mxCell id="AQSm3BmQBUWCDuCb71Ed-49" edge="1" parent="zb2oqQAUZKD-O9AmmNM2-16" source="AQSm3BmQBUWCDuCb71Ed-29" style="edgeStyle=orthogonalEdgeStyle;rounded=1;orthogonalLoop=1;jettySize=auto;html=1;curved=0;strokeColor=light-dark(#000000,#97D077);">
          <mxGeometry relative="1" as="geometry">
            <Array as="points">
              <mxPoint x="220" y="220" />
            </Array>
            <mxPoint x="220" y="100" as="targetPoint" />
          </mxGeometry>
        </mxCell>
-         <mxCell id="AQSm3BmQBUWCDuCb71Ed-29" parent="zb2oqQAUZKD-O9AmmNM2-16" style="ellipse;whiteSpace=wrap;html=1;aspect=fixed;" value="&lt;font face=&quot;Fira Code&quot;&gt;D&lt;/font&gt;" vertex="1">
+         <mxCell id="AQSm3BmQBUWCDuCb71Ed-29" parent="zb2oqQAUZKD-O9AmmNM2-16" style="ellipse;whiteSpace=wrap;html=1;aspect=fixed;" value="&lt;font face=&quot;Fira Code&quot;&gt;D&lt;br&gt;5&lt;/font&gt;" vertex="1">
          <mxGeometry height="40" width="40" x="50" y="200" as="geometry" />
        </mxCell>
-         <mxCell id="AQSm3BmQBUWCDuCb71Ed-30" parent="zb2oqQAUZKD-O9AmmNM2-16" style="ellipse;whiteSpace=wrap;html=1;aspect=fixed;" value="&lt;font face=&quot;Fira Code&quot;&gt;A&lt;/font&gt;" vertex="1">
+         <mxCell id="AQSm3BmQBUWCDuCb71Ed-30" parent="zb2oqQAUZKD-O9AmmNM2-16" style="ellipse;whiteSpace=wrap;html=1;aspect=fixed;" value="&lt;font face=&quot;Fira Code&quot;&gt;A&#39;&lt;br&gt;6&lt;/font&gt;" vertex="1">
          <mxGeometry height="40" width="40" x="100" y="170" as="geometry" />
        </mxCell>
-         <mxCell id="AQSm3BmQBUWCDuCb71Ed-31" parent="zb2oqQAUZKD-O9AmmNM2-16" style="ellipse;whiteSpace=wrap;html=1;aspect=fixed;" value="&lt;font face=&quot;Fira Code&quot;&gt;A&lt;/font&gt;" vertex="1">
-           <mxGeometry height="40" width="40" x="30" y="140" as="geometry" />
-         </mxCell>
-         <mxCell id="AQSm3BmQBUWCDuCb71Ed-33" parent="zb2oqQAUZKD-O9AmmNM2-16" style="ellipse;whiteSpace=wrap;html=1;aspect=fixed;" value="&lt;font face=&quot;Fira Code&quot;&gt;M&lt;/font&gt;" vertex="1">
+         <mxCell id="AQSm3BmQBUWCDuCb71Ed-31" parent="zb2oqQAUZKD-O9AmmNM2-16" style="ellipse;whiteSpace=wrap;html=1;aspect=fixed;" value="&lt;font face=&quot;Fira Code&quot;&gt;A&lt;br&gt;3&lt;/font&gt;" vertex="1">
+           <mxGeometry height="40" width="40" x="30" y="140" as="geometry" />
+         </mxCell>
+         <mxCell id="AQSm3BmQBUWCDuCb71Ed-33" parent="zb2oqQAUZKD-O9AmmNM2-16" style="ellipse;whiteSpace=wrap;html=1;aspect=fixed;" value="&lt;font face=&quot;Fira Code&quot;&gt;M&lt;br&gt;4&lt;/font&gt;" vertex="1">
          <mxGeometry height="40" width="40" x="10" as="geometry" />
        </mxCell>
        <mxCell id="zb2oqQAUZKD-O9AmmNM2-31" parent="zb2oqQAUZKD-O9AmmNM2-32" style="text;html=1;whiteSpace=wrap;strokeColor=none;fillColor=none;align=center;verticalAlign=middle;rounded=0;" value="&lt;font face=&quot;Fira Code&quot; style=&quot;font-size: 18px;&quot;&gt;Steller 2&lt;/font&gt;" vertex="1">
          <mxGeometry height="30" width="100" as="geometry" />
        </mxCell>
        <mxCell id="AQSm3BmQBUWCDuCb71Ed-34" edge="1" parent="1" source="zb2oqQAUZKD-O9AmmNM2-33" style="endArrow=classic;html=1;rounded=0;exitX=0.354;exitY=0.034;exitDx=0;exitDy=0;strokeColor=light-dark(#000000,#97D077);exitPerimeter=0;" value="">
          <mxGeometry height="50" relative="1" width="50" as="geometry">
            <mxPoint x="40" y="420" as="sourcePoint" />
            <mxPoint x="300" y="200" as="targetPoint" />
          </mxGeometry>
        </mxCell>
        <mxCell id="AQSm3BmQBUWCDuCb71Ed-43" edge="1" parent="1" source="AQSm3BmQBUWCDuCb71Ed-7" style="endArrow=classic;html=1;rounded=0;exitX=0.965;exitY=0.736;exitDx=0;exitDy=0;exitPerimeter=0;strokeColor=light-dark(#000000,#97D077);" value="">
          <mxGeometry height="50" relative="1" width="50" as="geometry">
            <mxPoint x="470" y="260" as="sourcePoint" />
            <mxPoint x="620" y="200" as="targetPoint" />
          </mxGeometry>
        </mxCell>
        <mxCell id="AQSm3BmQBUWCDuCb71Ed-48" edge="1" parent="1" source="AQSm3BmQBUWCDuCb71Ed-33" style="endArrow=classic;html=1;rounded=0;exitX=1;exitY=1;exitDx=0;exitDy=0;strokeColor=light-dark(#000000,#97D077);" value="">
          <mxGeometry height="50" relative="1" width="50" as="geometry">
            <mxPoint x="480" y="960" as="sourcePoint" />
            <mxPoint x="530" y="910" as="targetPoint" />
          </mxGeometry>
        </mxCell>
      </root>
    </mxGraphModel>
  </diagram>
</mxfile>
